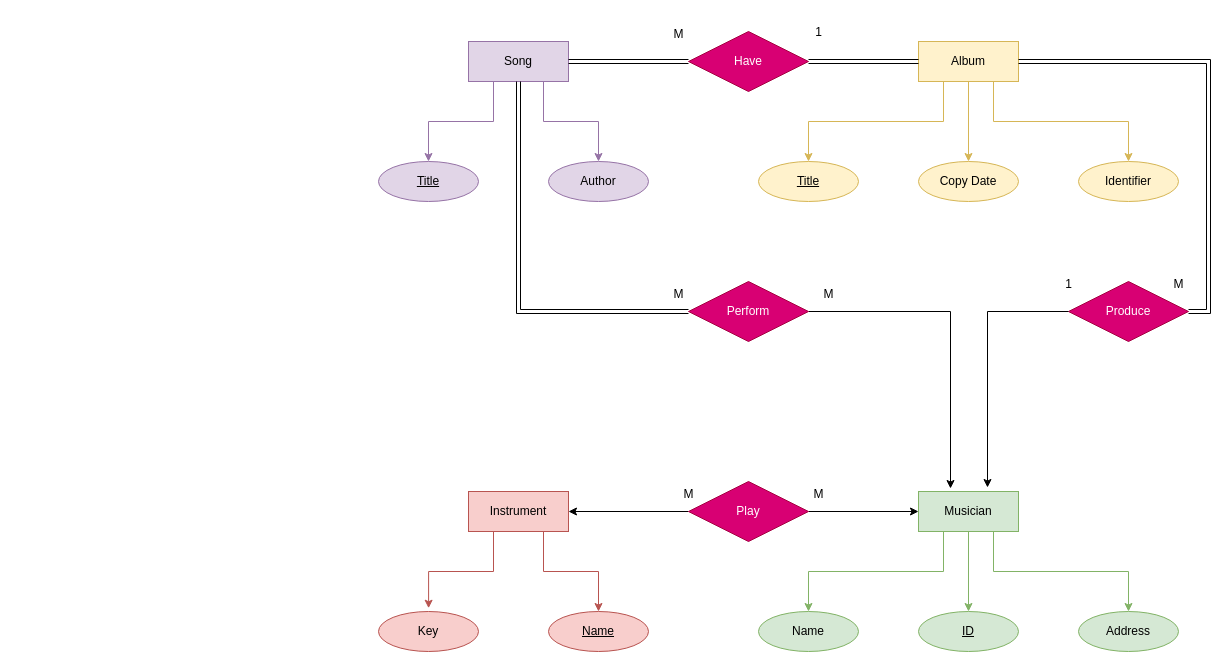
Abdelrahman-Modather/my_ITI_task keeps this draw.io diagram as task1.drawio. Above is the earlier version. Source tidied: cells renumbered, new cells numbered last; positions are measured from the earlier drawing's top-left corner, leaving out a move shared by most shapes. Both pictures are drawn from the tidied source at 100%, with x=0, y=0 at pixel (378, 17).
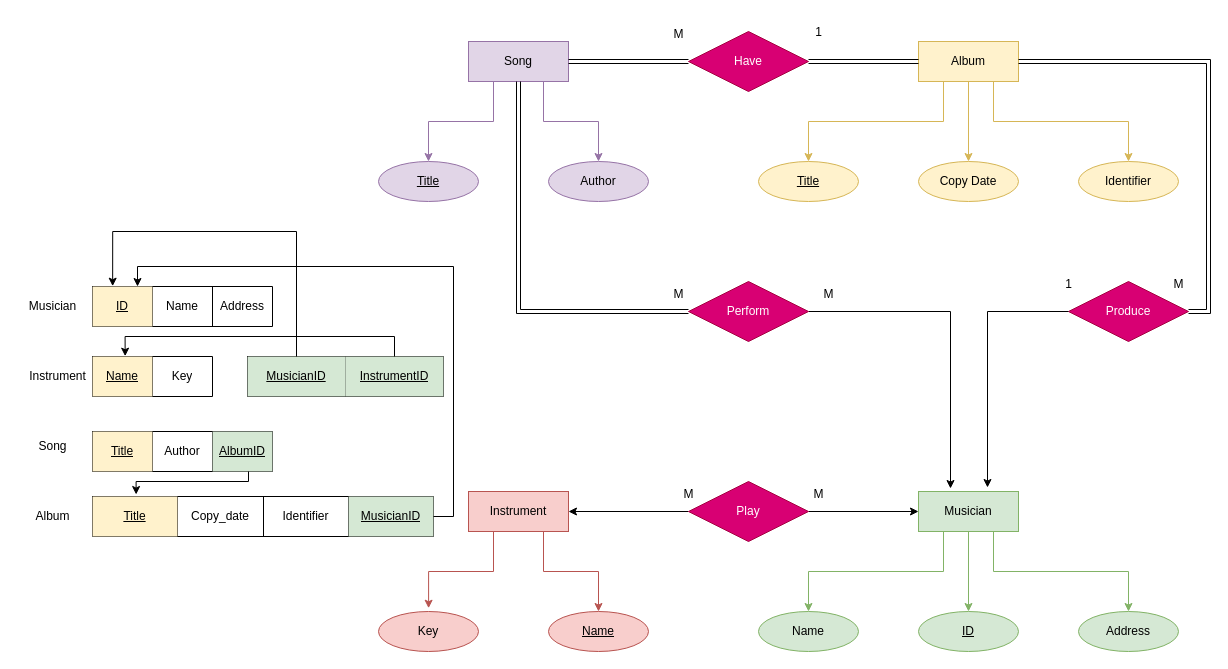
Above is the later version.

Diff of the diagram source:
```diff
@@
+    <mxCell id="46" value="Musician" style="text;html=1;align=center;verticalAlign=middle;strokeColor=none;fillColor=none;" parent="1" vertex="1">
+      <mxGeometry x="-361" y="274" width="70" height="30" as="geometry" />
+    </mxCell>
+    <mxCell id="47" style="shape=table;startSize=0;childLayout=tableLayout;" parent="1" vertex="1">
+      <mxGeometry x="-286" y="269" width="180" height="40" as="geometry" />
+    </mxCell>
+    <mxCell id="48" style="shape=tableRow;horizontal=0;startSize=0;swimlaneHead=0;swimlaneBody=0;strokeColor=inherit;top=0;left=0;bottom=0;right=0;fillColor=none;points=[[0,0.5],[1,0.5]];portConstraint=eastwest;" parent="47" vertex="1">
+      <mxGeometry width="180" height="40" as="geometry" />
+    </mxCell>
+    <mxCell id="49" value="&lt;u&gt;ID&lt;/u&gt;" style="shape=partialRectangle;html=1;whiteSpace=wrap;strokeColor=#d6b656;overflow=hidden;fillColor=#fff2cc;top=0;left=0;bottom=0;right=0;" parent="48" vertex="1">
+      <mxGeometry width="60" height="40" as="geometry" />
+    </mxCell>
+    <mxCell id="50" value="Name" style="shape=partialRectangle;html=1;whiteSpace=wrap;strokeColor=inherit;overflow=hidden;fillColor=none;top=0;left=0;bottom=0;right=0;" parent="48" vertex="1">
+      <mxGeometry x="60" width="60" height="40" as="geometry" />
+    </mxCell>
+    <mxCell id="51" value="Address" style="shape=partialRectangle;html=1;whiteSpace=wrap;strokeColor=inherit;overflow=hidden;fillColor=none;top=0;left=0;bottom=0;right=0;" parent="48" vertex="1">
+      <mxGeometry x="120" width="60" height="40" as="geometry" />
+    </mxCell>
+    <mxCell id="52" value="Instrument" style="text;html=1;align=center;verticalAlign=middle;strokeColor=none;fillColor=none;" parent="1" vertex="1">
+      <mxGeometry x="-361" y="344" width="80" height="30" as="geometry" />
+    </mxCell>
+    <mxCell id="53" style="shape=table;startSize=0;childLayout=tableLayout;" parent="1" vertex="1">
+      <mxGeometry x="-286" y="339" width="120" height="40" as="geometry" />
+    </mxCell>
+    <mxCell id="54" style="shape=tableRow;horizontal=0;startSize=0;swimlaneHead=0;swimlaneBody=0;strokeColor=inherit;top=0;left=0;bottom=0;right=0;fillColor=none;points=[[0,0.5],[1,0.5]];portConstraint=eastwest;" parent="53" vertex="1">
+      <mxGeometry width="120" height="40" as="geometry" />
+    </mxCell>
+    <mxCell id="55" value="&lt;u&gt;Name&lt;/u&gt;" style="shape=partialRectangle;html=1;whiteSpace=wrap;strokeColor=#d6b656;overflow=hidden;fillColor=#fff2cc;top=0;left=0;bottom=0;right=0;" parent="54" vertex="1">
+      <mxGeometry width="60" height="40" as="geometry" />
+    </mxCell>
+    <mxCell id="56" value="Key" style="shape=partialRectangle;html=1;whiteSpace=wrap;strokeColor=inherit;overflow=hidden;fillColor=none;top=0;left=0;bottom=0;right=0;" parent="54" vertex="1">
+      <mxGeometry x="60" width="60" height="40" as="geometry" />
+    </mxCell>
+    <mxCell id="57" value="Song" style="text;html=1;align=center;verticalAlign=middle;strokeColor=none;fillColor=none;" parent="1" vertex="1">
+      <mxGeometry x="-351" y="414" width="50" height="30" as="geometry" />
+    </mxCell>
+    <mxCell id="58" style="shape=table;startSize=0;childLayout=tableLayout;" parent="1" vertex="1">
+      <mxGeometry x="-286" y="414" width="180" height="40" as="geometry" />
+    </mxCell>
+    <mxCell id="59" style="shape=tableRow;horizontal=0;startSize=0;swimlaneHead=0;swimlaneBody=0;strokeColor=inherit;top=0;left=0;bottom=0;right=0;fillColor=none;" parent="58" vertex="1">
+      <mxGeometry width="180" height="40" as="geometry" />
+    </mxCell>
+    <mxCell id="60" value="&lt;u&gt;Title&lt;/u&gt;" style="shape=partialRectangle;html=1;whiteSpace=wrap;strokeColor=#d6b656;overflow=hidden;fillColor=#fff2cc;top=0;left=0;bottom=0;right=0;" parent="59" vertex="1">
+      <mxGeometry width="60" height="40" as="geometry" />
+    </mxCell>
+    <mxCell id="61" value="Author" style="shape=partialRectangle;html=1;whiteSpace=wrap;strokeColor=inherit;overflow=hidden;fillColor=none;top=0;left=0;bottom=0;right=0;" parent="59" vertex="1">
+      <mxGeometry x="60" width="60" height="40" as="geometry" />
+    </mxCell>
+    <mxCell id="62" value="&lt;u&gt;AlbumID&lt;/u&gt;" style="shape=partialRectangle;html=1;whiteSpace=wrap;strokeColor=#82b366;overflow=hidden;fillColor=#d5e8d4;top=0;left=0;bottom=0;right=0;" parent="59" vertex="1">
+      <mxGeometry x="120" width="60" height="40" as="geometry" />
+    </mxCell>
+    <mxCell id="63" value="Album" style="text;html=1;align=center;verticalAlign=middle;strokeColor=none;fillColor=none;" parent="1" vertex="1">
+      <mxGeometry x="-356" y="484" width="60" height="30" as="geometry" />
+    </mxCell>
+    <mxCell id="64" style="shape=table;startSize=0;childLayout=tableLayout;" parent="1" vertex="1">
+      <mxGeometry x="-286" y="479" width="341" height="40" as="geometry" />
+    </mxCell>
+    <mxCell id="65" style="shape=tableRow;horizontal=0;startSize=0;swimlaneHead=0;swimlaneBody=0;strokeColor=inherit;top=0;left=0;bottom=0;right=0;fillColor=none;points=[[0,0.5],[1,0.5]];portConstraint=eastwest;" parent="64" vertex="1">
+      <mxGeometry width="341" height="40" as="geometry" />
+    </mxCell>
+    <mxCell id="66" value="&lt;u&gt;Title&lt;/u&gt;" style="shape=partialRectangle;html=1;whiteSpace=wrap;strokeColor=#d6b656;overflow=hidden;fillColor=#fff2cc;top=0;left=0;bottom=0;right=0;" parent="65" vertex="1">
+      <mxGeometry width="85" height="40" as="geometry" />
+    </mxCell>
+    <mxCell id="67" value="Copy_date" style="shape=partialRectangle;html=1;whiteSpace=wrap;strokeColor=inherit;overflow=hidden;fillColor=none;top=0;left=0;bottom=0;right=0;" parent="65" vertex="1">
+      <mxGeometry x="85" width="86" height="40" as="geometry" />
+    </mxCell>
+    <mxCell id="68" value="Identifier" style="shape=partialRectangle;html=1;whiteSpace=wrap;strokeColor=inherit;overflow=hidden;fillColor=none;top=0;left=0;bottom=0;right=0;" parent="65" vertex="1">
+      <mxGeometry x="171" width="85" height="40" as="geometry" />
+    </mxCell>
+    <mxCell id="69" value="&lt;u&gt;MusicianID&lt;/u&gt;" style="shape=partialRectangle;html=1;whiteSpace=wrap;strokeColor=#82b366;overflow=hidden;fillColor=#d5e8d4;top=0;left=0;bottom=0;right=0;" parent="65" vertex="1">
+      <mxGeometry x="256" width="85" height="40" as="geometry" />
+    </mxCell>
+    <mxCell id="70" style="shape=table;startSize=0;childLayout=tableLayout;" parent="1" vertex="1">
+      <mxGeometry x="-131" y="339" width="196" height="40" as="geometry" />
+    </mxCell>
+    <mxCell id="71" style="shape=tableRow;horizontal=0;startSize=0;swimlaneHead=0;swimlaneBody=0;strokeColor=inherit;top=0;left=0;bottom=0;right=0;fillColor=none;" parent="70" vertex="1">
+      <mxGeometry width="196" height="40" as="geometry" />
+    </mxCell>
+    <mxCell id="72" value="&lt;u&gt;MusicianID&lt;/u&gt;" style="shape=partialRectangle;html=1;whiteSpace=wrap;strokeColor=#82b366;overflow=hidden;fillColor=#d5e8d4;top=0;left=0;bottom=0;right=0;" parent="71" vertex="1">
+      <mxGeometry width="98" height="40" as="geometry" />
+    </mxCell>
+    <mxCell id="73" value="&lt;u&gt;InstrumentID&lt;/u&gt;" style="shape=partialRectangle;html=1;whiteSpace=wrap;strokeColor=#82b366;overflow=hidden;fillColor=#d5e8d4;top=0;left=0;bottom=0;right=0;" parent="71" vertex="1">
+      <mxGeometry x="98" width="98" height="40" as="geometry" />
+    </mxCell>
+    <mxCell id="74" style="edgeStyle=orthogonalEdgeStyle;rounded=0;jettySize=auto;html=1;exitX=1;exitY=0.5;exitDx=0;exitDy=0;entryX=0.25;entryY=0;entryDx=0;entryDy=0;" parent="1" edge="1" source="65" target="47">
+      <mxGeometry relative="1" as="geometry" />
+    </mxCell>
+    <mxCell id="75" style="edgeStyle=orthogonalEdgeStyle;rounded=0;jettySize=auto;html=1;exitX=0.25;exitY=0;exitDx=0;exitDy=0;entryX=0.112;entryY=-0.008;entryDx=0;entryDy=0;entryPerimeter=0;" parent="1" edge="1" source="70" target="48">
+      <mxGeometry relative="1" as="geometry">
+        <Array as="points">
+          <mxPoint x="-82" y="214" />
+          <mxPoint x="-266" y="214" />
+        </Array>
+      </mxGeometry>
+    </mxCell>
+    <mxCell id="76" style="edgeStyle=orthogonalEdgeStyle;rounded=0;jettySize=auto;html=1;exitX=0.75;exitY=0;exitDx=0;exitDy=0;entryX=0.272;entryY=-0.008;entryDx=0;entryDy=0;entryPerimeter=0;" parent="1" edge="1" source="70" target="54">
+      <mxGeometry relative="1" as="geometry" />
+    </mxCell>
+    <mxCell id="77" style="edgeStyle=orthogonalEdgeStyle;rounded=0;jettySize=auto;html=1;entryX=0.128;entryY=-0.05;entryDx=0;entryDy=0;entryPerimeter=0;" parent="1" edge="1" target="64">
+      <mxGeometry relative="1" as="geometry">
+        <mxPoint x="-130" y="454" as="sourcePoint" />
+        <Array as="points">
+          <mxPoint x="-130" y="454" />
+          <mxPoint x="-130" y="464" />
+          <mxPoint x="-242" y="464" />
+        </Array>
+      </mxGeometry>
+    </mxCell>
```
